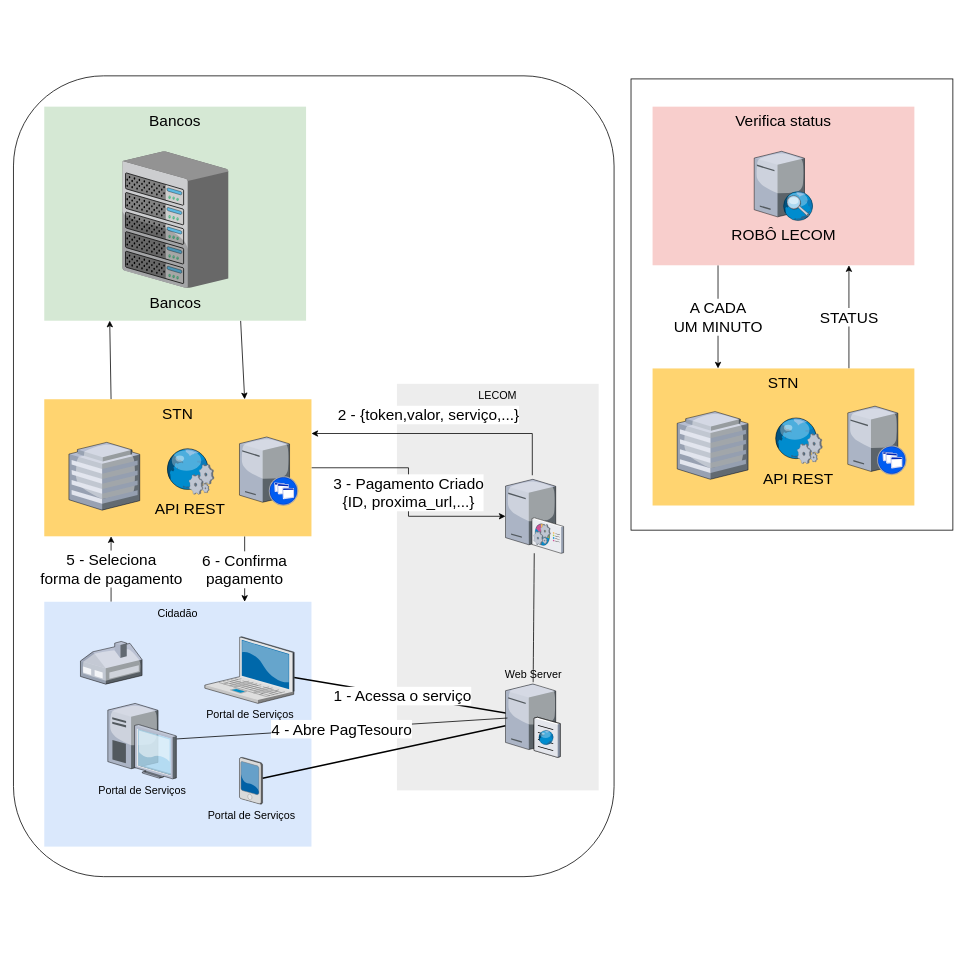
The draw.io diagram _imagens/fluxo_geral.drawio in daviddvddias/manual-epag, before the edit. Source tidied: cells renumbered, new cells numbered last; positions are measured from the earlier drawing's top-left corner, leaving out a move shared by most shapes. Both pictures are drawn from the tidied source at 77%, with x=0, y=0 at pixel (13, 75).
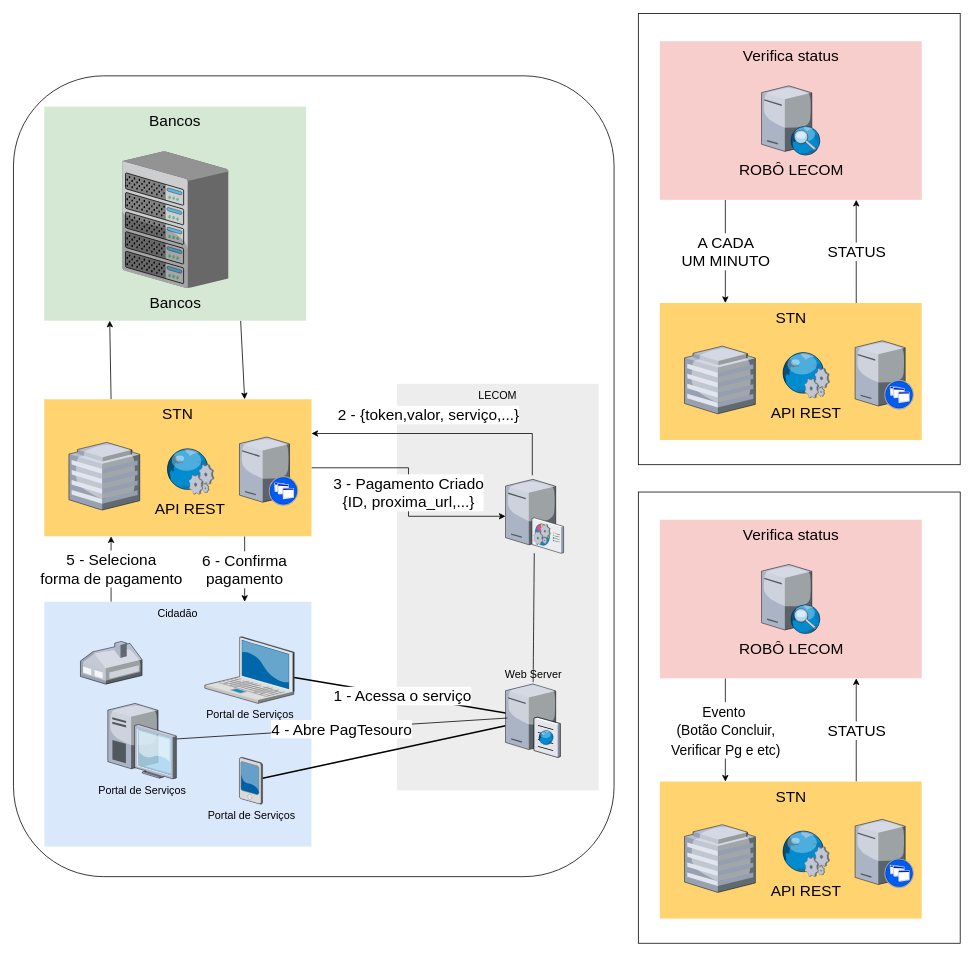
The same diagram, later.

The edit, as a diff of the source:
```diff
@@
     <mxCell id="3" style="rounded=0;whiteSpace=wrap;html=1;fontSize=20;verticalAlign=middle;" parent="1" vertex="1">
-      <mxGeometry x="802" y="4" width="418" height="586" as="geometry" />
+      <mxGeometry x="811.5" y="-81" width="418" height="586" as="geometry" />
     </mxCell>
@@
     <mxCell id="5" value="&lt;font style=&quot;font-size: 20px&quot;&gt;Verifica status&lt;/font&gt;" style="whiteSpace=wrap;html=1;fillColor=#f8cecc;fontSize=14;strokeColor=none;verticalAlign=top;" parent="1" vertex="1">
-      <mxGeometry x="830" y="40" width="340" height="206" as="geometry" />
+      <mxGeometry x="839.5" y="-45" width="340" height="206" as="geometry" />
     </mxCell>
@@
     <mxCell id="30" value="&lt;div&gt;ROBÔ LECOM&lt;/div&gt;" style="verticalLabelPosition=bottom;html=1;verticalAlign=top;strokeColor=none;align=center;shape=mxgraph.citrix.edgesight_server;fontSize=20;" parent="1" vertex="1">
-      <mxGeometry x="962" y="98" width="76.5" height="90" as="geometry" />
+      <mxGeometry x="971.5" y="13" width="76.5" height="90" as="geometry" />
     </mxCell>
@@
     <mxCell id="32" value="&lt;font style=&quot;font-size: 20px&quot;&gt;STN&lt;/font&gt;" style="whiteSpace=wrap;html=1;fillColor=#FFD470;gradientColor=none;fontSize=14;strokeColor=none;verticalAlign=top;" parent="1" vertex="1">
-      <mxGeometry x="830" y="380" width="340" height="178" as="geometry" />
+      <mxGeometry x="839.5" y="295" width="340" height="178" as="geometry" />
     </mxCell>
     <mxCell id="33" style="verticalLabelPosition=bottom;html=1;verticalAlign=top;strokeColor=none;shape=mxgraph.citrix.hq_enterprise;fillColor=#66B2FF;gradientColor=#0066CC;fontSize=14;" parent="1" vertex="1">
-      <mxGeometry x="862" y="436" width="92" height="88" as="geometry" />
+      <mxGeometry x="871.5" y="351" width="92" height="88" as="geometry" />
     </mxCell>
     <mxCell id="34" style="verticalLabelPosition=bottom;html=1;verticalAlign=top;strokeColor=none;shape=mxgraph.citrix.xenapp_server;fillColor=#66B2FF;gradientColor=#0066CC;fontSize=14;" parent="1" vertex="1">
-      <mxGeometry x="1083.5" y="429" width="76" height="89" as="geometry" />
+      <mxGeometry x="1093" y="344" width="76" height="89" as="geometry" />
     </mxCell>
     <mxCell id="35" value="API REST" style="verticalLabelPosition=bottom;html=1;verticalAlign=top;strokeColor=none;align=center;shape=mxgraph.citrix.web_service;fontSize=20;" parent="1" vertex="1">
-      <mxGeometry x="987.5" y="443.5" width="63" height="60" as="geometry" />
+      <mxGeometry x="997" y="358.5" width="63" height="60" as="geometry" />
     </mxCell>
+    <mxCell id="36" style="rounded=0;whiteSpace=wrap;html=1;fontSize=20;verticalAlign=middle;" parent="1" vertex="1">
+      <mxGeometry x="811.5" y="540.5" width="418" height="586" as="geometry" />
+    </mxCell>
+    <mxCell id="37" value="&lt;font style=&quot;font-size: 18px&quot;&gt;Evento&amp;nbsp;&lt;br&gt;(Botão Concluir, &lt;br&gt;Verificar Pg e etc)&lt;/font&gt;" style="edgeStyle=none;rounded=0;jettySize=auto;html=1;exitX=0.25;exitY=1;exitDx=0;exitDy=0;entryX=0.25;entryY=0;entryDx=0;entryDy=0;endArrow=classic;endFill=1;fontSize=20;" parent="1" edge="1" source="38" target="41">
+      <mxGeometry relative="1" as="geometry" />
+    </mxCell>
+    <mxCell id="38" value="&lt;font style=&quot;font-size: 20px&quot;&gt;Verifica status&lt;/font&gt;" style="whiteSpace=wrap;html=1;fillColor=#f8cecc;fontSize=14;strokeColor=none;verticalAlign=top;" parent="1" vertex="1">
+      <mxGeometry x="839.5" y="576.5" width="340" height="206" as="geometry" />
+    </mxCell>
+    <mxCell id="39" value="&lt;div&gt;ROBÔ LECOM&lt;/div&gt;" style="verticalLabelPosition=bottom;html=1;verticalAlign=top;strokeColor=none;align=center;shape=mxgraph.citrix.edgesight_server;fontSize=20;" parent="1" vertex="1">
+      <mxGeometry x="971.5" y="634.5" width="76.5" height="90" as="geometry" />
+    </mxCell>
+    <mxCell id="40" value="STATUS" style="edgeStyle=none;rounded=0;jettySize=auto;html=1;exitX=0.75;exitY=0;exitDx=0;exitDy=0;entryX=0.75;entryY=1;entryDx=0;entryDy=0;endArrow=classic;endFill=1;fontSize=20;" parent="1" edge="1" source="41" target="38">
+      <mxGeometry relative="1" as="geometry" />
+    </mxCell>
+    <mxCell id="41" value="&lt;font style=&quot;font-size: 20px&quot;&gt;STN&lt;/font&gt;" style="whiteSpace=wrap;html=1;fillColor=#FFD470;gradientColor=none;fontSize=14;strokeColor=none;verticalAlign=top;" parent="1" vertex="1">
+      <mxGeometry x="839.5" y="916.5" width="340" height="178" as="geometry" />
+    </mxCell>
+    <mxCell id="42" style="verticalLabelPosition=bottom;html=1;verticalAlign=top;strokeColor=none;shape=mxgraph.citrix.hq_enterprise;fillColor=#66B2FF;gradientColor=#0066CC;fontSize=14;" parent="1" vertex="1">
+      <mxGeometry x="871.5" y="972.5" width="92" height="88" as="geometry" />
+    </mxCell>
+    <mxCell id="43" style="verticalLabelPosition=bottom;html=1;verticalAlign=top;strokeColor=none;shape=mxgraph.citrix.xenapp_server;fillColor=#66B2FF;gradientColor=#0066CC;fontSize=14;" parent="1" vertex="1">
+      <mxGeometry x="1093" y="965.5" width="76" height="89" as="geometry" />
+    </mxCell>
+    <mxCell id="44" value="API REST" style="verticalLabelPosition=bottom;html=1;verticalAlign=top;strokeColor=none;align=center;shape=mxgraph.citrix.web_service;fontSize=20;" parent="1" vertex="1">
+      <mxGeometry x="997" y="980" width="63" height="60" as="geometry" />
+    </mxCell>
```
